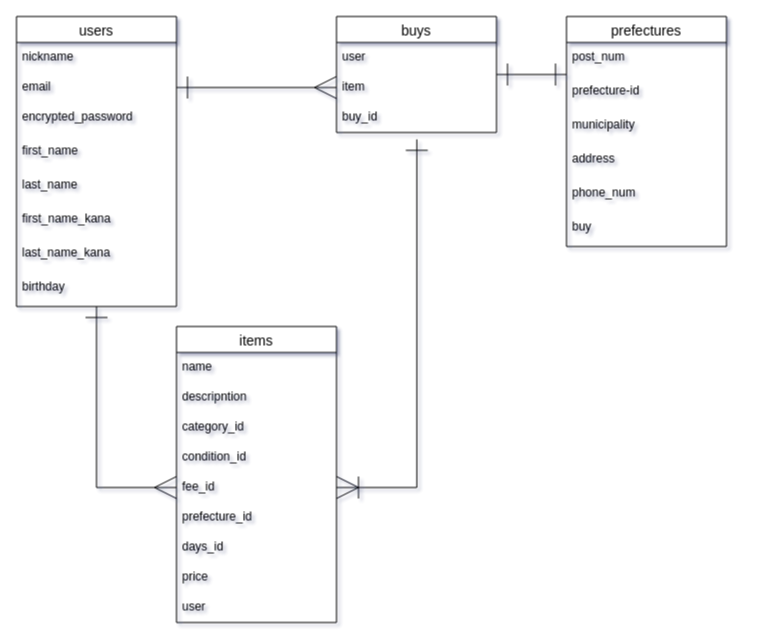
Before: test.dio in yuka7110/furima-32839, a draw.io diagram. Source tidied: cells renumbered, new cells numbered last; positions are measured from the earlier drawing's top-left corner, leaving out a move shared by most shapes. Both pictures are drawn from the tidied source at 100%, with x=0, y=0 at pixel (16, 16).
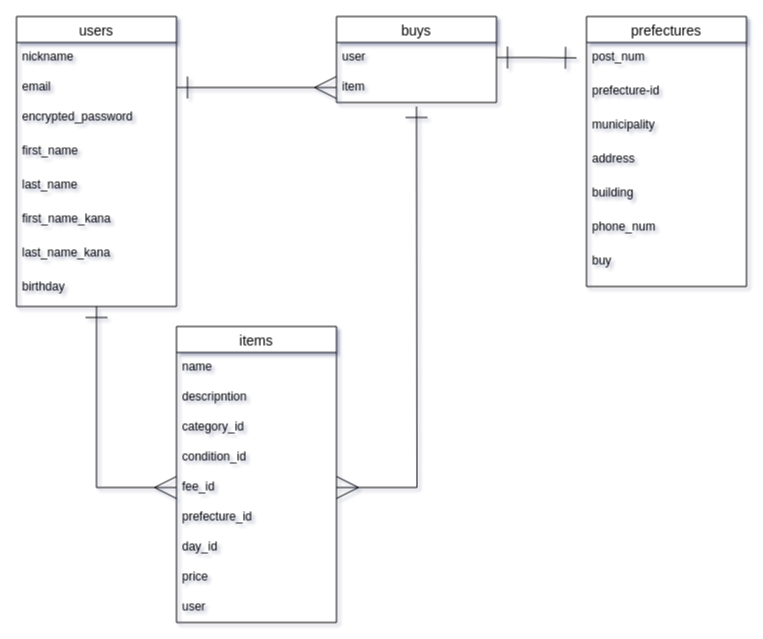
The same diagram, later.

Commit message (it also covers changes not shown here):
ER図とREADMEの修正4

The change refers to these unchanged cells:
```xml
<mxCell id="2" value="items" style="swimlane;fontStyle=0;horizontal=1;startSize=26;align=center;fontSize=14;" parent="1" vertex="1">
  <mxGeometry x="160" y="310" width="160" height="296" as="geometry" />
</mxCell>
<mxCell id="7" value="fee_id" style="text;strokeColor=none;fillColor=none;spacingLeft=4;spacingRight=4;overflow=hidden;points=[[0,0.5],[1,0.5]];portConstraint=eastwest;fontSize=12;" parent="2" vertex="1">
  <mxGeometry y="146" width="160" height="30" as="geometry" />
</mxCell>
<mxCell id="31" value="user" style="text;strokeColor=none;fillColor=none;spacingLeft=4;spacingRight=4;overflow=hidden;points=[[0,0.5],[1,0.5]];portConstraint=eastwest;fontSize=12;" parent="30" vertex="1">
  <mxGeometry y="26" width="160" height="30" as="geometry" />
</mxCell>
```

Change to the diagram source:
```diff
@@
-    <mxCell id="9" value="days_id" style="text;strokeColor=none;fillColor=none;spacingLeft=4;spacingRight=4;overflow=hidden;fontSize=12;" parent="2" vertex="1">
+    <mxCell id="9" value="day_id" style="text;strokeColor=none;fillColor=none;spacingLeft=4;spacingRight=4;overflow=hidden;fontSize=12;" parent="2" vertex="1">
       <mxGeometry y="206" width="160" height="30" as="geometry" />
     </mxCell>
@@
     <mxCell id="22" value="prefectures" style="swimlane;fontStyle=0;horizontal=1;startSize=26;align=center;fontSize=14;" parent="1" vertex="1">
-      <mxGeometry x="550" width="160" height="230" as="geometry" />
+      <mxGeometry x="570" width="160" height="270" as="geometry" />
     </mxCell>
@@
-    <mxCell id="27" value="phone_num" style="text;strokeColor=none;fillColor=none;spacingLeft=4;spacingRight=4;overflow=hidden;fontSize=12;" parent="22" vertex="1">
+    <mxCell id="27" value="building" style="text;strokeColor=none;fillColor=none;spacingLeft=4;spacingRight=4;overflow=hidden;fontSize=12;" parent="22" vertex="1">
       <mxGeometry y="162" width="160" height="34" as="geometry" />
     </mxCell>
-    <mxCell id="28" value="buy" style="text;strokeColor=none;fillColor=none;spacingLeft=4;spacingRight=4;overflow=hidden;fontSize=12;" parent="22" vertex="1">
-      <mxGeometry y="196" width="160" height="34" as="geometry" />
+    <mxCell id="28" value="phone_num" style="text;strokeColor=none;fillColor=none;spacingLeft=4;spacingRight=4;overflow=hidden;fontSize=12;" parent="22" vertex="1">
+      <mxGeometry y="196" width="160" height="74" as="geometry" />
     </mxCell>
-    <mxCell id="29" style="edgeStyle=orthogonalEdgeStyle;rounded=0;jettySize=auto;html=1;startArrow=ERone;startFill=0;startSize=20;endArrow=ERone;endFill=0;endSize=20;" parent="1" edge="1" source="30">
-      <mxGeometry relative="1" as="geometry">
-        <mxPoint x="550" y="58" as="targetPoint" />
-      </mxGeometry>
-    </mxCell>
     <mxCell id="30" value="buys" style="swimlane;fontStyle=0;horizontal=1;startSize=26;align=center;fontSize=14;" parent="1" vertex="1">
-      <mxGeometry x="320" width="160" height="116" as="geometry" />
+      <mxGeometry x="320" width="160" height="86" as="geometry" />
     </mxCell>
@@
-    <mxCell id="33" value="buy_id" style="text;strokeColor=none;fillColor=none;spacingLeft=4;spacingRight=4;overflow=hidden;points=[[0,0.5],[1,0.5]];portConstraint=eastwest;fontSize=12;" parent="30" vertex="1">
-      <mxGeometry y="86" width="160" height="30" as="geometry" />
-    </mxCell>
@@
-    <mxCell id="35" style="edgeStyle=orthogonalEdgeStyle;rounded=0;jettySize=auto;html=1;startArrow=ERoneToMany;startFill=0;startSize=20;endArrow=ERone;endFill=0;endSize=20;entryX=0.502;entryY=1.229;entryDx=0;entryDy=0;entryPerimeter=0;" parent="1" edge="1" source="7" target="33">
-      <mxGeometry relative="1" as="geometry">
-        <Array as="points">
-          <mxPoint x="400" y="471" />
-        </Array>
-      </mxGeometry>
-    </mxCell>
+    <mxCell id="36" style="edgeStyle=orthogonalEdgeStyle;rounded=0;jettySize=auto;html=1;exitX=1;exitY=0.5;exitDx=0;exitDy=0;startArrow=ERmany;startFill=0;startSize=20;endArrow=ERone;endFill=0;endSize=20;" parent="1" edge="1" source="7">
+      <mxGeometry relative="1" as="geometry">
+        <mxPoint x="400" y="90" as="targetPoint" />
+      </mxGeometry>
+    </mxCell>
+    <mxCell id="37" value="buy" style="text;strokeColor=none;fillColor=none;spacingLeft=4;spacingRight=4;overflow=hidden;fontSize=12;rounded=0;" parent="1" vertex="1">
+      <mxGeometry x="570" y="230" width="160" height="30" as="geometry" />
+    </mxCell>
+    <mxCell id="38" style="edgeStyle=orthogonalEdgeStyle;rounded=0;jettySize=auto;html=1;exitX=1;exitY=0.5;exitDx=0;exitDy=0;startArrow=ERone;startFill=0;startSize=20;endArrow=ERone;endFill=0;endSize=20;" parent="1" edge="1" source="31">
+      <mxGeometry relative="1" as="geometry">
+        <mxPoint x="560" y="41.4" as="targetPoint" />
+      </mxGeometry>
+    </mxCell>
```
